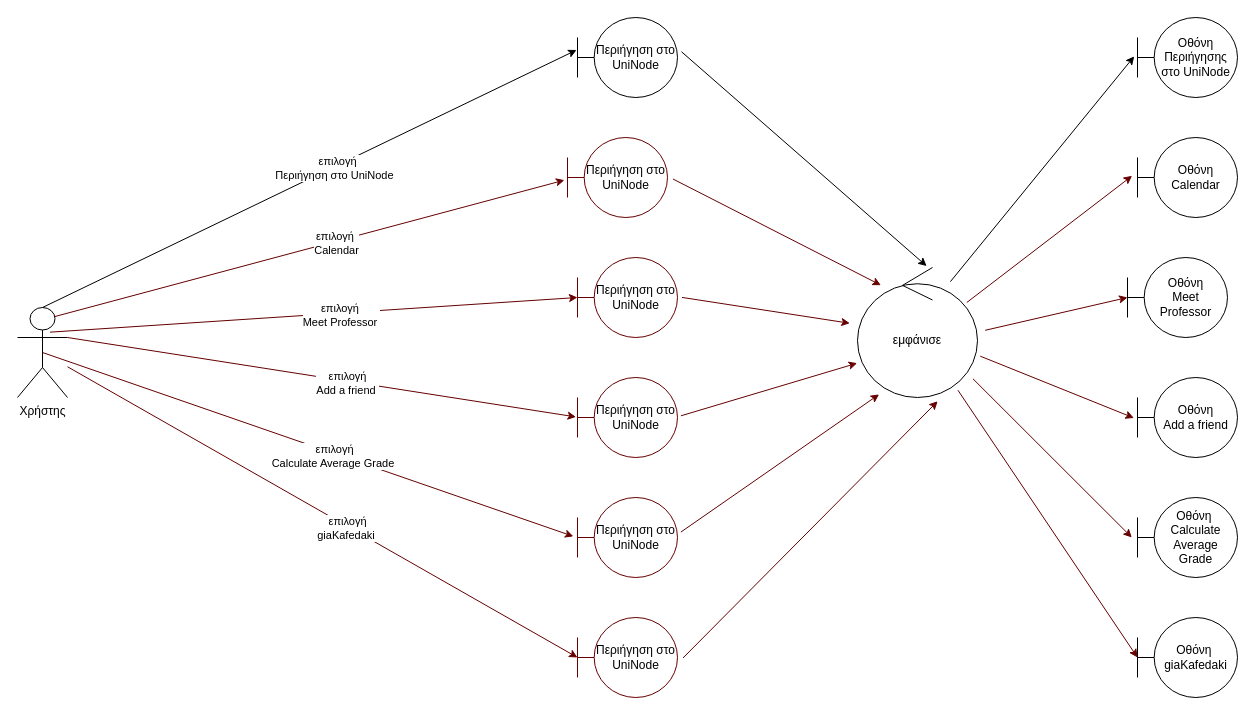
Above: Περιήγη στο UniNode.drawio in aflorentia/uniNode (draw.io), before the change. Source tidied: cells renumbered, new cells numbered last; positions are measured from the earlier drawing's top-left corner, leaving out a move shared by most shapes. Both pictures are drawn from the tidied source at 100%, with x=0, y=0 at pixel (17, 17).
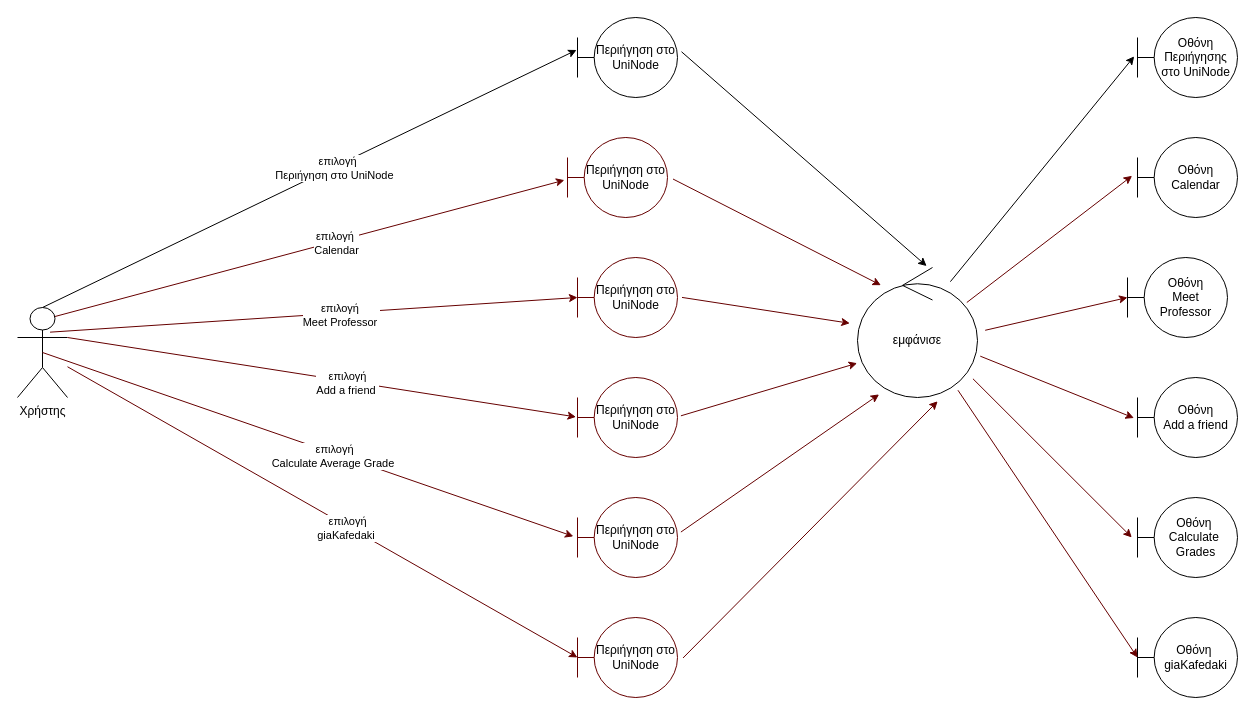
After the change.

Diff of the diagram source:
```diff
@@
-    <mxCell id="32" value="Οθόνη&amp;nbsp;&lt;br&gt;Calculate Average Grade" style="shape=umlBoundary;whiteSpace=wrap;html=1;" parent="1" vertex="1">
+    <mxCell id="32" value="Οθόνη&amp;nbsp;&lt;br&gt;Calculate&amp;nbsp; Grades" style="shape=umlBoundary;whiteSpace=wrap;html=1;" parent="1" vertex="1">
       <mxGeometry x="1120" y="480" width="100" height="80" as="geometry" />
     </mxCell>
```
